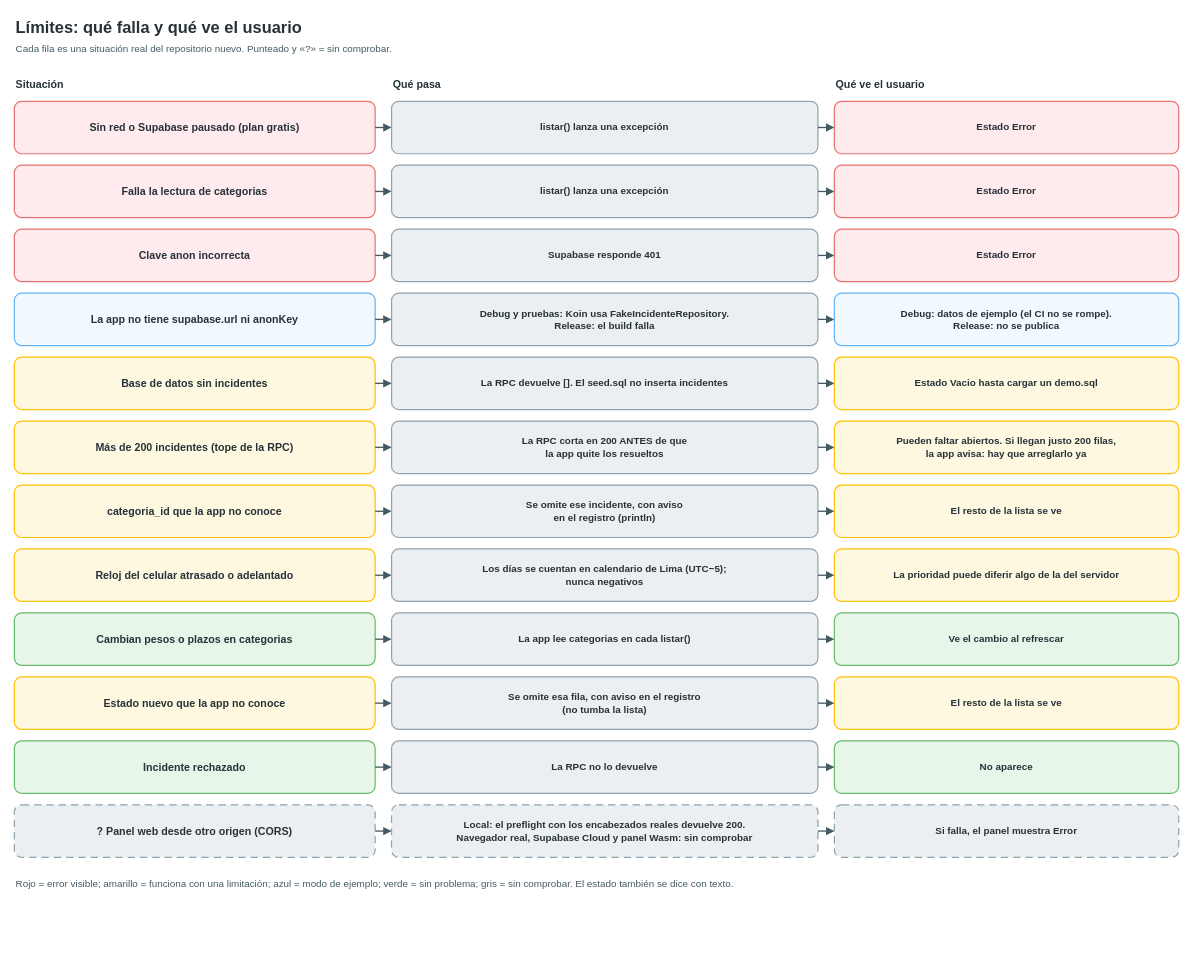
This is page "3. Límites" (3 of 3) of docs/superpowers/specs/2026-11-01-repositorio-supabase-diagrama.drawio from pieersx/app-civika, a draw.io file, before an edit. Source tidied: cells renumbered, new cells numbered last; positions are measured from the earlier drawing's top-left corner, leaving out a move shared by most shapes. Both pictures are drawn from the tidied source at 82%, with x=0, y=0 at pixel (14, 14).
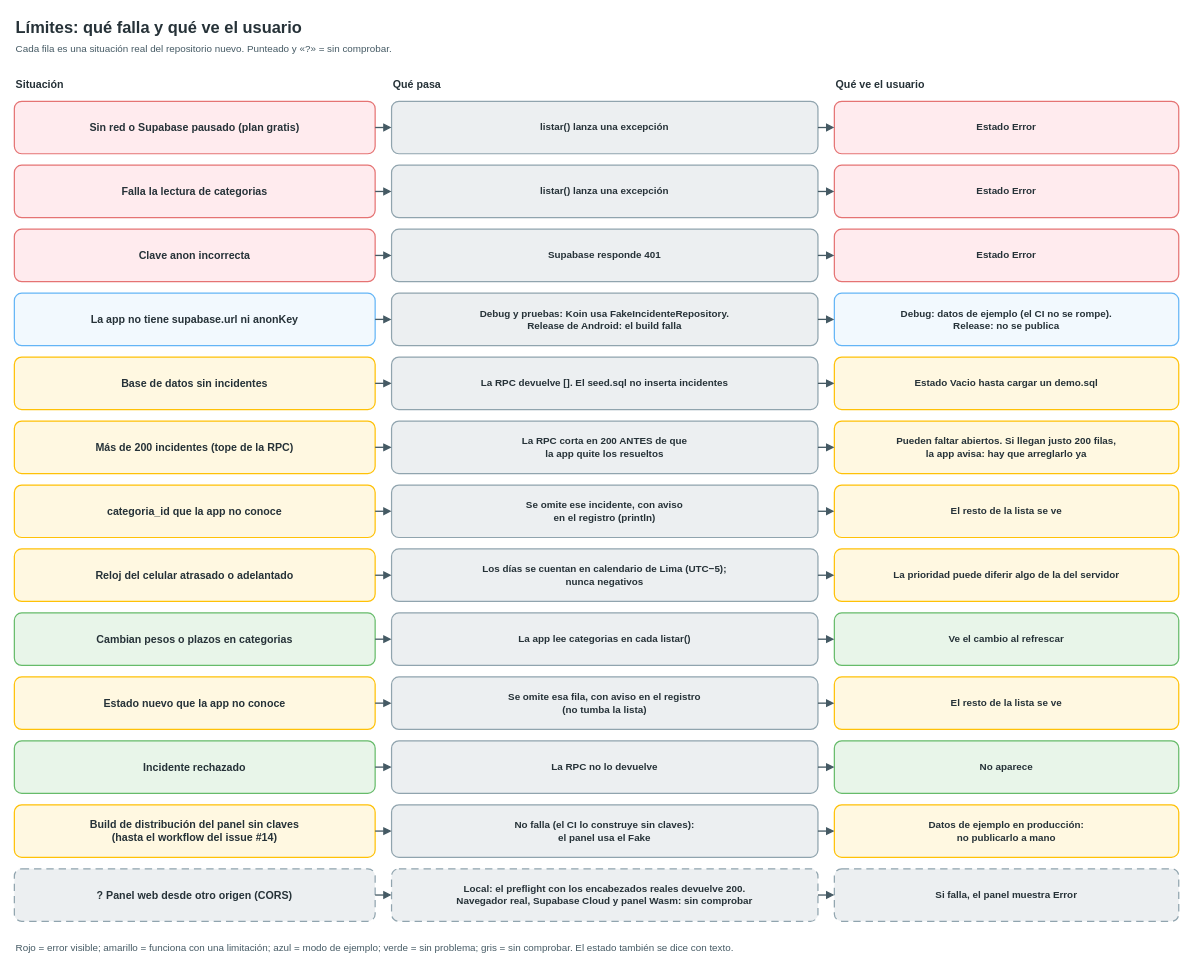
After the change.

Commit message (it also covers changes not shown here):
docs: plan del repositorio real y apoyar_incidente

Change to the diagram source:
```diff
@@
-    <mxCell id="23" value="&lt;b style=&quot;font-size:12px&quot;&gt;Debug y pruebas: Koin usa FakeIncidenteRepository.&lt;br&gt;Release: el build falla&lt;/b&gt;" style="rounded=1;absoluteArcSize=1;arcSize=18;whiteSpace=wrap;html=1;fillColor=#ECEFF1;strokeColor=#90A4AE;strokeWidth=1.5;fontFamily=Helvetica;fontColor=#263238;align=center;verticalAlign=middle;" parent="1" vertex="1">
+    <mxCell id="23" value="&lt;b style=&quot;font-size:12px&quot;&gt;Debug y pruebas: Koin usa FakeIncidenteRepository.&lt;br&gt;Release de Android: el build falla&lt;/b&gt;" style="rounded=1;absoluteArcSize=1;arcSize=18;whiteSpace=wrap;html=1;fillColor=#ECEFF1;strokeColor=#90A4AE;strokeWidth=1.5;fontFamily=Helvetica;fontColor=#263238;align=center;verticalAlign=middle;" parent="1" vertex="1">
       <mxGeometry x="460" y="340" width="520" height="64" as="geometry" />
     </mxCell>
@@
-    <mxCell id="62" value="&lt;b style=&quot;font-size:13px&quot;&gt;? Panel web desde otro origen (CORS)&lt;/b&gt;" style="rounded=1;absoluteArcSize=1;arcSize=18;whiteSpace=wrap;html=1;fillColor=#ECEFF1;strokeColor=#90A4AE;strokeWidth=1.5;dashed=1;dashPattern=6 4;fontFamily=Helvetica;fontColor=#263238;align=center;verticalAlign=middle;" parent="1" vertex="1">
+    <mxCell id="62" value="&lt;b style=&quot;font-size:13px&quot;&gt;Build de distribución del panel sin claves&lt;br&gt;(hasta el workflow del issue #14)&lt;/b&gt;" style="rounded=1;absoluteArcSize=1;arcSize=18;whiteSpace=wrap;html=1;fillColor=#FFF8E1;strokeColor=#FFC107;strokeWidth=1.5;fontFamily=Helvetica;fontColor=#263238;align=center;verticalAlign=middle;" parent="1" vertex="1">
       <mxGeometry y="964" width="440" height="64" as="geometry" />
     </mxCell>
-    <mxCell id="63" value="&lt;b style=&quot;font-size:12px&quot;&gt;Local: el preflight con los encabezados reales devuelve 200.&lt;br&gt;Navegador real, Supabase Cloud y panel Wasm: sin comprobar&lt;/b&gt;" style="rounded=1;absoluteArcSize=1;arcSize=18;whiteSpace=wrap;html=1;fillColor=#ECEFF1;strokeColor=#90A4AE;strokeWidth=1.5;dashed=1;dashPattern=6 4;fontFamily=Helvetica;fontColor=#263238;align=center;verticalAlign=middle;" parent="1" vertex="1">
+    <mxCell id="63" value="&lt;b style=&quot;font-size:12px&quot;&gt;No falla (el CI lo construye sin claves):&lt;br&gt;el panel usa el Fake&lt;/b&gt;" style="rounded=1;absoluteArcSize=1;arcSize=18;whiteSpace=wrap;html=1;fillColor=#ECEFF1;strokeColor=#90A4AE;strokeWidth=1.5;fontFamily=Helvetica;fontColor=#263238;align=center;verticalAlign=middle;" parent="1" vertex="1">
       <mxGeometry x="460" y="964" width="520" height="64" as="geometry" />
     </mxCell>
-    <mxCell id="64" value="&lt;b style=&quot;font-size:12px&quot;&gt;Si falla, el panel muestra Error&lt;/b&gt;" style="rounded=1;absoluteArcSize=1;arcSize=18;whiteSpace=wrap;html=1;fillColor=#ECEFF1;strokeColor=#90A4AE;strokeWidth=1.5;dashed=1;dashPattern=6 4;fontFamily=Helvetica;fontColor=#263238;align=center;verticalAlign=middle;" parent="1" vertex="1">
+    <mxCell id="64" value="&lt;b style=&quot;font-size:12px&quot;&gt;Datos de ejemplo en producción:&lt;br&gt;no publicarlo a mano&lt;/b&gt;" style="rounded=1;absoluteArcSize=1;arcSize=18;whiteSpace=wrap;html=1;fillColor=#FFF8E1;strokeColor=#FFC107;strokeWidth=1.5;fontFamily=Helvetica;fontColor=#263238;align=center;verticalAlign=middle;" parent="1" vertex="1">
       <mxGeometry x="1000" y="964" width="420" height="64" as="geometry" />
     </mxCell>
@@
-    <mxCell id="67" value="Rojo = error visible; amarillo = funciona con una limitación; azul = modo de ejemplo; verde = sin problema; gris = sin comprobar. El estado también se dice con texto." style="text;html=1;whiteSpace=wrap;strokeColor=none;fillColor=none;fontFamily=Helvetica;fontSize=12;fontColor=#455A64;align=left;verticalAlign=middle;" parent="1" vertex="1">
-      <mxGeometry y="1048" width="1420" height="26" as="geometry" />
+    <mxCell id="67" value="&lt;b style=&quot;font-size:13px&quot;&gt;? Panel web desde otro origen (CORS)&lt;/b&gt;" style="rounded=1;absoluteArcSize=1;arcSize=18;whiteSpace=wrap;html=1;fillColor=#ECEFF1;strokeColor=#90A4AE;strokeWidth=1.5;dashed=1;dashPattern=6 4;fontFamily=Helvetica;fontColor=#263238;align=center;verticalAlign=middle;" parent="1" vertex="1">
+      <mxGeometry y="1042" width="440" height="64" as="geometry" />
     </mxCell>
+    <mxCell id="68" value="&lt;b style=&quot;font-size:12px&quot;&gt;Local: el preflight con los encabezados reales devuelve 200.&lt;br&gt;Navegador real, Supabase Cloud y panel Wasm: sin comprobar&lt;/b&gt;" style="rounded=1;absoluteArcSize=1;arcSize=18;whiteSpace=wrap;html=1;fillColor=#ECEFF1;strokeColor=#90A4AE;strokeWidth=1.5;dashed=1;dashPattern=6 4;fontFamily=Helvetica;fontColor=#263238;align=center;verticalAlign=middle;" parent="1" vertex="1">
+      <mxGeometry x="460" y="1042" width="520" height="64" as="geometry" />
+    </mxCell>
+    <mxCell id="69" value="&lt;b style=&quot;font-size:12px&quot;&gt;Si falla, el panel muestra Error&lt;/b&gt;" style="rounded=1;absoluteArcSize=1;arcSize=18;whiteSpace=wrap;html=1;fillColor=#ECEFF1;strokeColor=#90A4AE;strokeWidth=1.5;dashed=1;dashPattern=6 4;fontFamily=Helvetica;fontColor=#263238;align=center;verticalAlign=middle;" parent="1" vertex="1">
+      <mxGeometry x="1000" y="1042" width="420" height="64" as="geometry" />
+    </mxCell>
+    <mxCell id="70" style="html=1;rounded=0;endArrow=block;endFill=1;strokeColor=#455A64;strokeWidth=1.6;" parent="1" edge="1">
+      <mxGeometry relative="1" as="geometry">
+        <mxPoint x="440" y="1074" as="sourcePoint" />
+        <mxPoint x="460" y="1074" as="targetPoint" />
+      </mxGeometry>
+    </mxCell>
+    <mxCell id="71" style="html=1;rounded=0;endArrow=block;endFill=1;strokeColor=#455A64;strokeWidth=1.6;" parent="1" edge="1">
+      <mxGeometry relative="1" as="geometry">
+        <mxPoint x="980" y="1074" as="sourcePoint" />
+        <mxPoint x="1000" y="1074" as="targetPoint" />
+      </mxGeometry>
+    </mxCell>
+    <mxCell id="72" value="Rojo = error visible; amarillo = funciona con una limitación; azul = modo de ejemplo; verde = sin problema; gris = sin comprobar. El estado también se dice con texto." style="text;html=1;whiteSpace=wrap;strokeColor=none;fillColor=none;fontFamily=Helvetica;fontSize=12;fontColor=#455A64;align=left;verticalAlign=middle;" parent="1" vertex="1">
+      <mxGeometry y="1126" width="1420" height="26" as="geometry" />
+    </mxCell>
```
